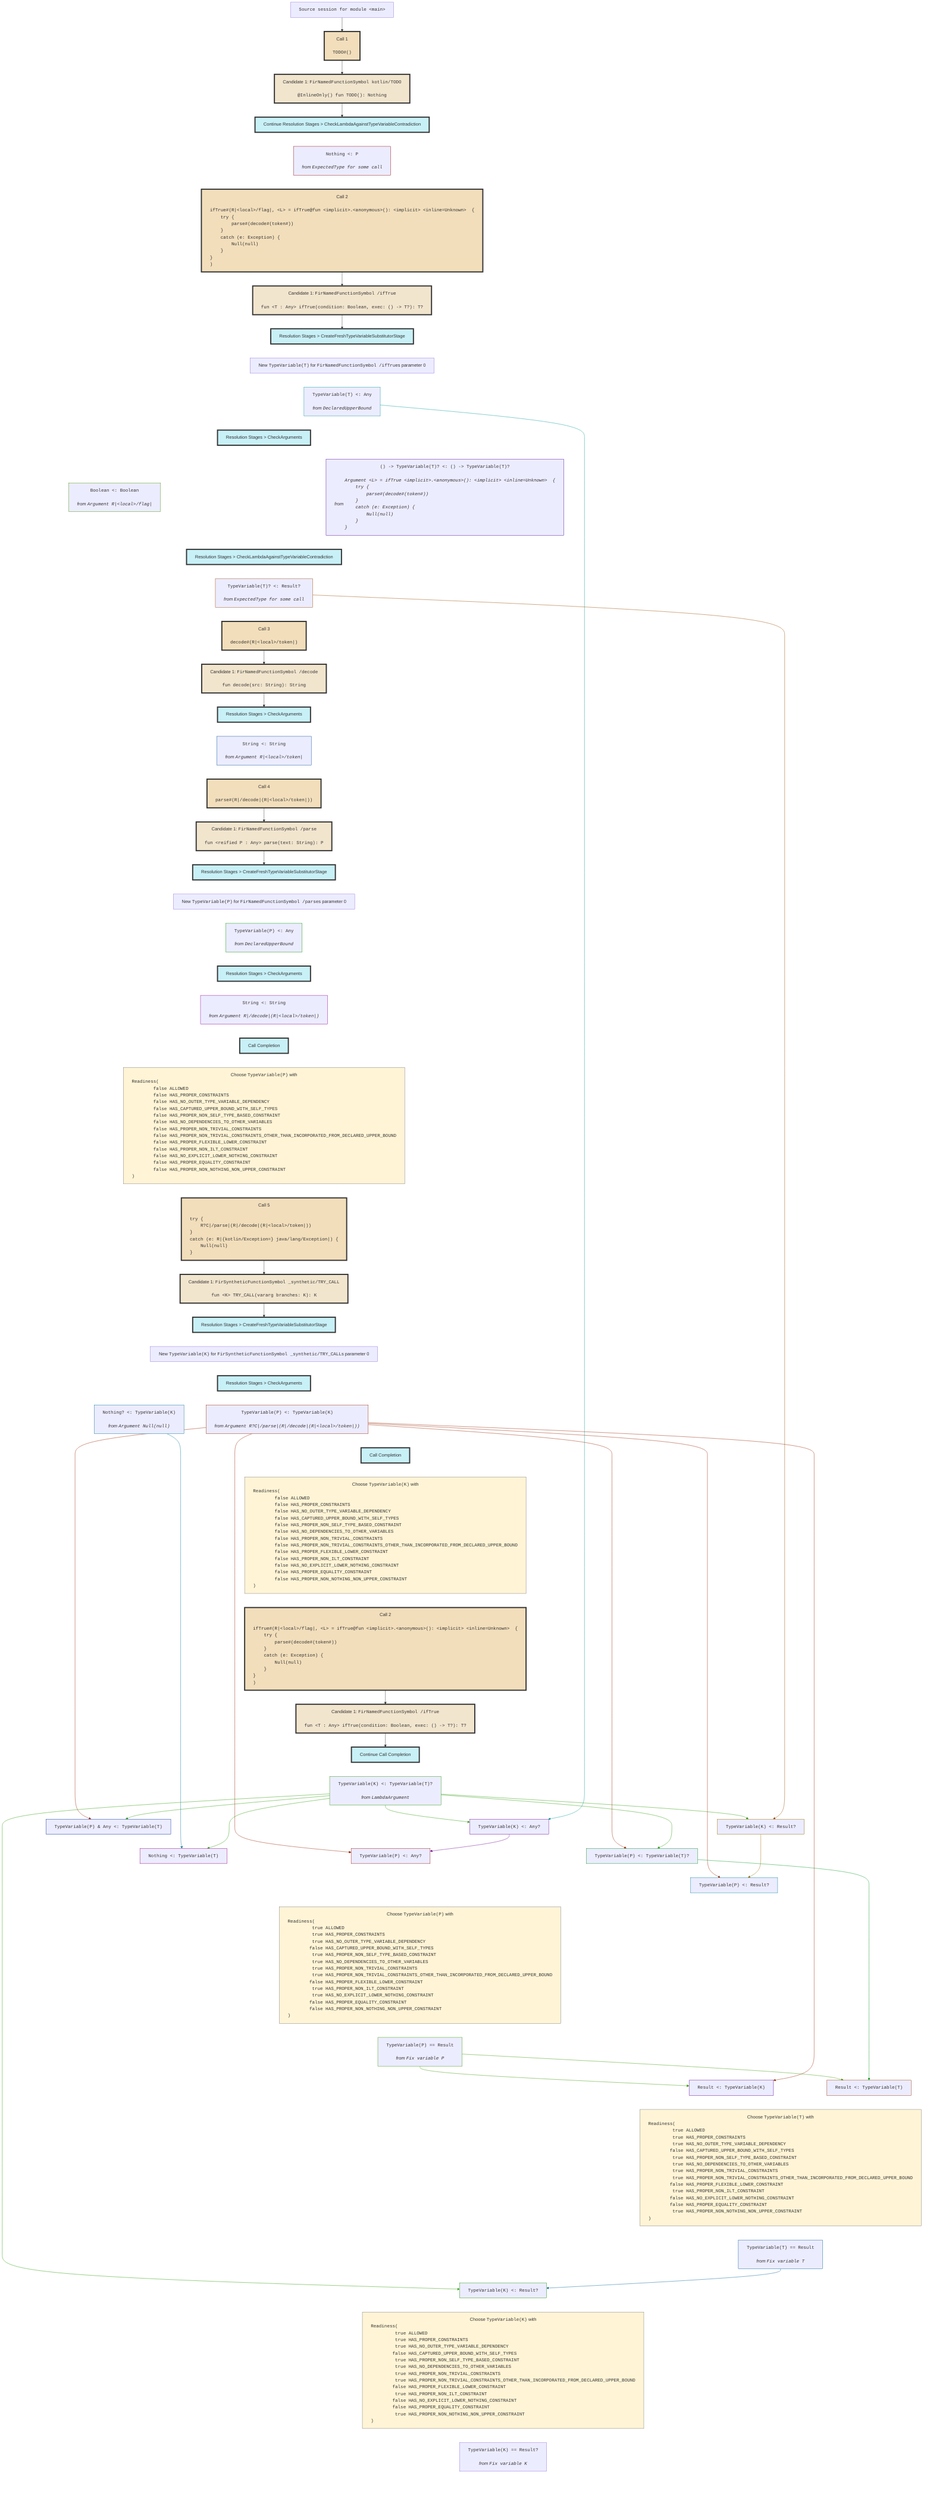
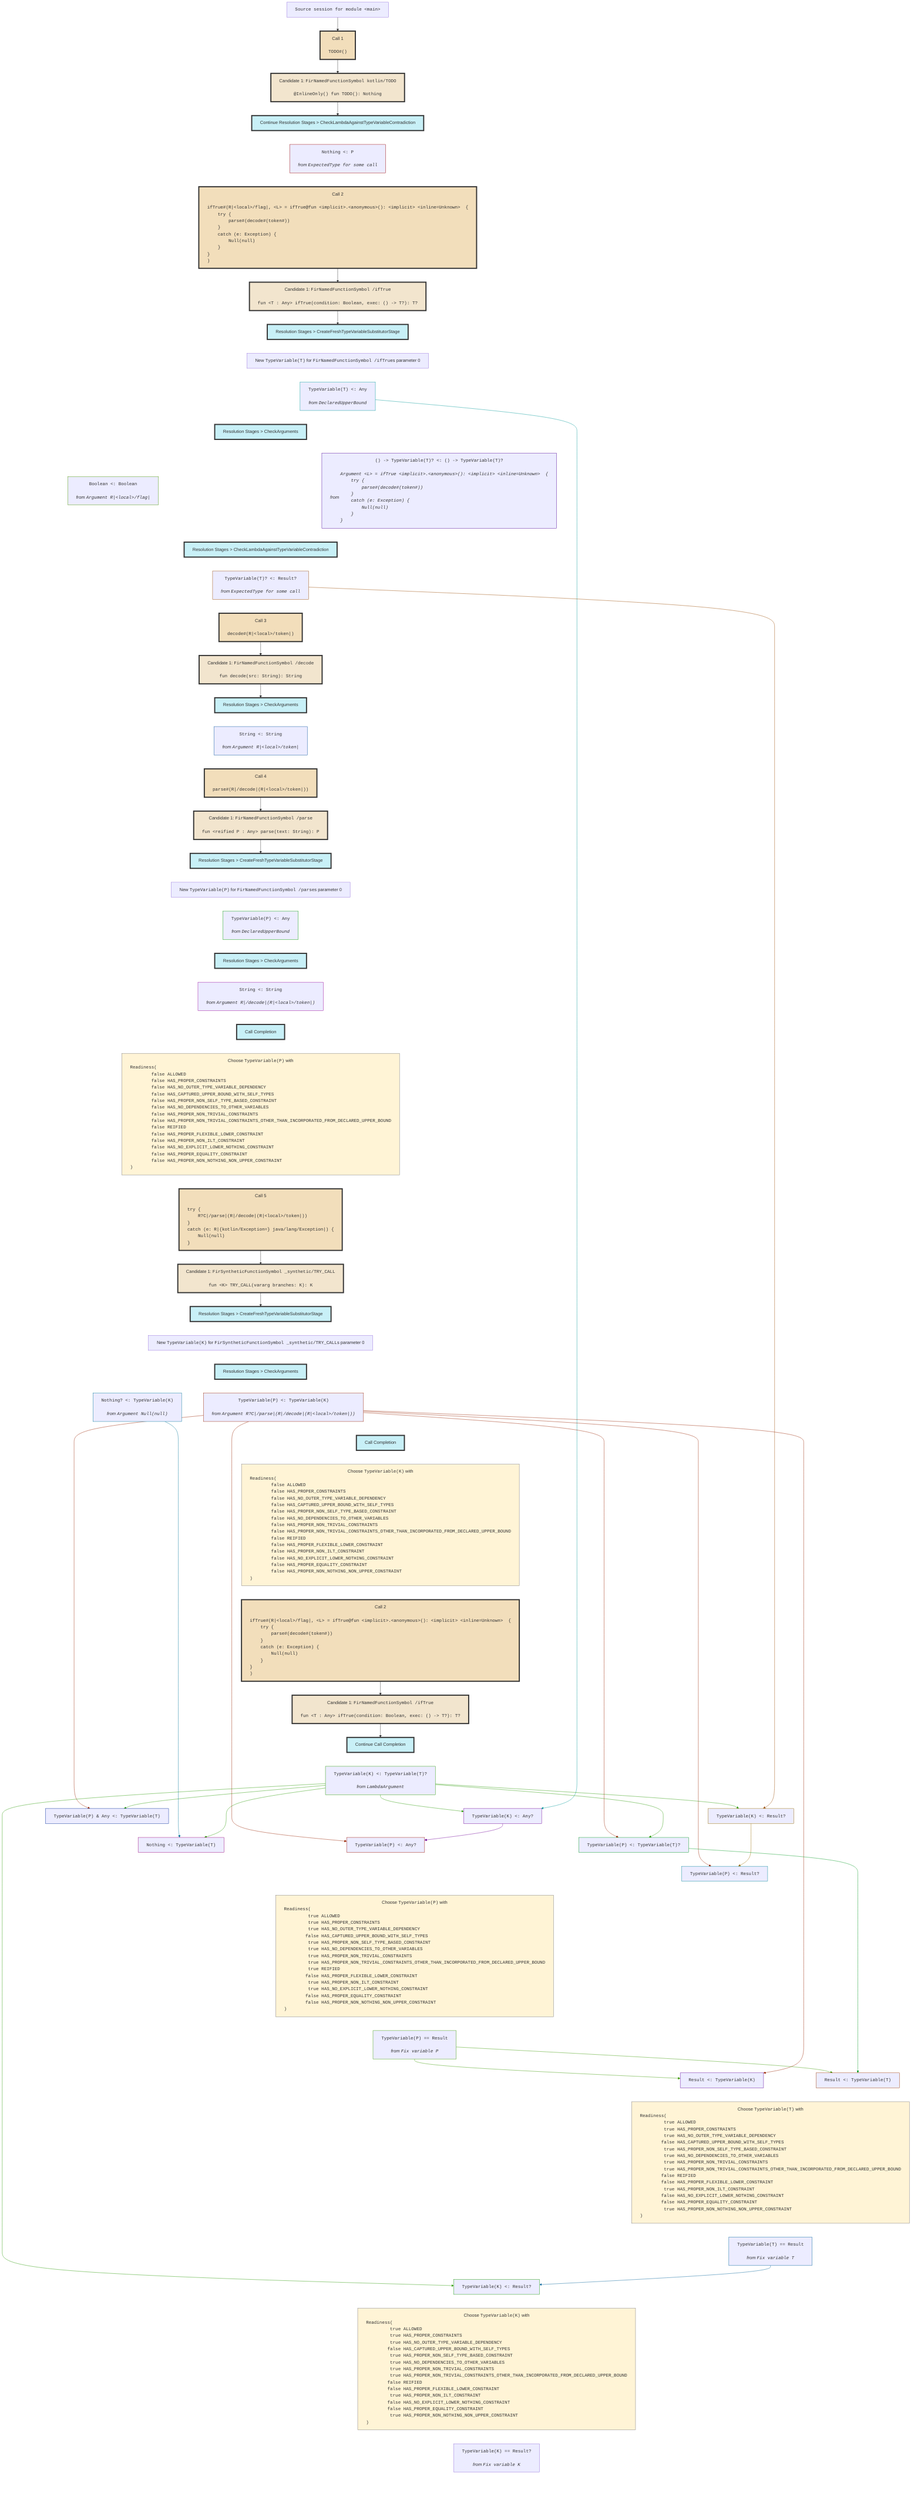
flowchart TD
    classDef nowrapClass text-align:center,white-space:nowrap;
    classDef callStyle fill:#f2debb,stroke:#333,stroke-width:4px;
    classDef candidateStyle fill:#f2e5ce,stroke:#333,stroke-width:4px;
    classDef stageStyle fill:#c8f0f7,stroke:#333,stroke-width:4px;
    classDef readinessStyle fill:#fff4d6,stroke:#777,stroke-width:1px;

    session0["<tt>Source session for module &lt;main></tt>"]
    class session0 nowrapClass;

    session0 --> call1

    call1["Call 1<br><br><pre style="display: inline-block;vertical-align: middle;text-align: left;margin: 0;"><tt>TODO#()</tt></pre>"]
    class call1 nowrapClass;
    class call1 callStyle;

    call1 --> candidate2

    candidate2["Candidate 1: <tt>FirNamedFunctionSymbol kotlin/TODO</tt><br><br><pre style="display: inline-block;vertical-align: middle;text-align: left;margin: 0;"><tt>@InlineOnly() fun TODO(): Nothing
</tt></pre>"]
    class candidate2 nowrapClass;
    class candidate2 candidateStyle;

    candidate2 --> stage3

    stage3["Continue Resolution Stages > CheckLambdaAgainstTypeVariableContradiction"]
    class stage3 nowrapClass;
    class stage3 stageStyle;
    constraint4["<tt>Nothing &lt;: P</tt><br><br><i><div style="display: inline-block;vertical-align: middle;">from</div> <pre style="display: inline-block;vertical-align: middle;text-align: left;margin: 0;"><tt>ExpectedType for some call</tt></pre></i>"]
    class constraint4 nowrapClass;
    stage3 ~~~ constraint4

    constraint4 ~~~ call5

    call5["Call 2<br><br><pre style="display: inline-block;vertical-align: middle;text-align: left;margin: 0;"><tt>ifTrue#(R|&lt;local>/flag|, &lt;L> = ifTrue@fun &lt;implicit>.&lt;anonymous>(): &lt;implicit> &lt;inline=Unknown>  {
    try {
        parse#(decode#(token#))
    }
    catch (e: Exception) {
        Null(null)
    }

}
)</tt></pre>"]
    class call5 nowrapClass;
    class call5 callStyle;

    call5 --> candidate6

    candidate6["Candidate 1: <tt>FirNamedFunctionSymbol /ifTrue</tt><br><br><pre style="display: inline-block;vertical-align: middle;text-align: left;margin: 0;"><tt>fun &lt;T : Any> ifTrue(condition: Boolean, exec: () -> T?): T?
</tt></pre>"]
    class candidate6 nowrapClass;
    class candidate6 candidateStyle;

    candidate6 --> stage7

    stage7["Resolution Stages > CreateFreshTypeVariableSubstitutorStage"]
    class stage7 nowrapClass;
    class stage7 stageStyle;

    stage7 ~~~ newVariable8

    newVariable8["New <tt>TypeVariable(T)</tt> for <tt>FirNamedFunctionSymbol /ifTrue</tt>s parameter 0"]
    class newVariable8 nowrapClass;
    constraint9["<tt>TypeVariable(T) &lt;: Any</tt><br><br><i><div style="display: inline-block;vertical-align: middle;">from</div> <pre style="display: inline-block;vertical-align: middle;text-align: left;margin: 0;"><tt>DeclaredUpperBound</tt></pre></i>"]
    class constraint9 nowrapClass;
    newVariable8 ~~~ constraint9

    constraint9 ~~~ stage10

    stage10["Resolution Stages > CheckArguments"]
    class stage10 nowrapClass;
    class stage10 stageStyle;
    constraint11["<tt>Boolean &lt;: Boolean</tt><br><br><i><div style="display: inline-block;vertical-align: middle;">from</div> <pre style="display: inline-block;vertical-align: middle;text-align: left;margin: 0;"><tt>Argument R|&lt;local>/flag|</tt></pre></i>"]
    class constraint11 nowrapClass;
    stage10 ~~~ constraint11
    constraint12["<tt>() -> TypeVariable(T)? &lt;: () -> TypeVariable(T)?</tt><br><br><i><div style="display: inline-block;vertical-align: middle;">from</div> <pre style="display: inline-block;vertical-align: middle;text-align: left;margin: 0;"><tt>Argument &lt;L> = ifTrue &lt;implicit>.&lt;anonymous>(): &lt;implicit> &lt;inline=Unknown>  {
    try {
        parse#(decode#(token#))
    }
    catch (e: Exception) {
        Null(null)
    }

}
</tt></pre></i>"]
    class constraint12 nowrapClass;
    stage10 ~~~ constraint12

    constraint11 ~~~ stage13
    constraint12 ~~~ stage13

    stage13["Resolution Stages > CheckLambdaAgainstTypeVariableContradiction"]
    class stage13 nowrapClass;
    class stage13 stageStyle;
    constraint14["<tt>TypeVariable(T)? &lt;: Result?</tt><br><br><i><div style="display: inline-block;vertical-align: middle;">from</div> <pre style="display: inline-block;vertical-align: middle;text-align: left;margin: 0;"><tt>ExpectedType for some call</tt></pre></i>"]
    class constraint14 nowrapClass;
    stage13 ~~~ constraint14

    constraint14 ~~~ call15

    call15["Call 3<br><br><pre style="display: inline-block;vertical-align: middle;text-align: left;margin: 0;"><tt>decode#(R|&lt;local>/token|)</tt></pre>"]
    class call15 nowrapClass;
    class call15 callStyle;

    call15 --> candidate16

    candidate16["Candidate 1: <tt>FirNamedFunctionSymbol /decode</tt><br><br><pre style="display: inline-block;vertical-align: middle;text-align: left;margin: 0;"><tt>fun decode(src: String): String
</tt></pre>"]
    class candidate16 nowrapClass;
    class candidate16 candidateStyle;

    candidate16 --> stage17

    stage17["Resolution Stages > CheckArguments"]
    class stage17 nowrapClass;
    class stage17 stageStyle;
    constraint18["<tt>String &lt;: String</tt><br><br><i><div style="display: inline-block;vertical-align: middle;">from</div> <pre style="display: inline-block;vertical-align: middle;text-align: left;margin: 0;"><tt>Argument R|&lt;local>/token|</tt></pre></i>"]
    class constraint18 nowrapClass;
    stage17 ~~~ constraint18

    constraint18 ~~~ call19

    call19["Call 4<br><br><pre style="display: inline-block;vertical-align: middle;text-align: left;margin: 0;"><tt>parse#(R|/decode|(R|&lt;local>/token|))</tt></pre>"]
    class call19 nowrapClass;
    class call19 callStyle;

    call19 --> candidate20

    candidate20["Candidate 1: <tt>FirNamedFunctionSymbol /parse</tt><br><br><pre style="display: inline-block;vertical-align: middle;text-align: left;margin: 0;"><tt>fun &lt;reified P : Any> parse(text: String): P
</tt></pre>"]
    class candidate20 nowrapClass;
    class candidate20 candidateStyle;

    candidate20 --> stage21

    stage21["Resolution Stages > CreateFreshTypeVariableSubstitutorStage"]
    class stage21 nowrapClass;
    class stage21 stageStyle;

    stage21 ~~~ newVariable22

    newVariable22["New <tt>TypeVariable(P)</tt> for <tt>FirNamedFunctionSymbol /parse</tt>s parameter 0"]
    class newVariable22 nowrapClass;
    constraint23["<tt>TypeVariable(P) &lt;: Any</tt><br><br><i><div style="display: inline-block;vertical-align: middle;">from</div> <pre style="display: inline-block;vertical-align: middle;text-align: left;margin: 0;"><tt>DeclaredUpperBound</tt></pre></i>"]
    class constraint23 nowrapClass;
    newVariable22 ~~~ constraint23

    constraint23 ~~~ stage24

    stage24["Resolution Stages > CheckArguments"]
    class stage24 nowrapClass;
    class stage24 stageStyle;
    constraint25["<tt>String &lt;: String</tt><br><br><i><div style="display: inline-block;vertical-align: middle;">from</div> <pre style="display: inline-block;vertical-align: middle;text-align: left;margin: 0;"><tt>Argument R|/decode|(R|&lt;local>/token|)</tt></pre></i>"]
    class constraint25 nowrapClass;
    stage24 ~~~ constraint25

    constraint25 ~~~ stage26

    stage26["Call Completion"]
    class stage26 nowrapClass;
    class stage26 stageStyle;

    stage26 ~~~ variableReadiness27

    variableReadiness27["Choose <tt>TypeVariable(P)</tt> with <pre style="display: inline-block;vertical-align: middle;text-align: left;margin: 0;"><tt>Readiness(
	false ALLOWED
	false HAS_PROPER_CONSTRAINTS
	false HAS_NO_OUTER_TYPE_VARIABLE_DEPENDENCY
	false HAS_CAPTURED_UPPER_BOUND_WITH_SELF_TYPES
	false HAS_PROPER_NON_SELF_TYPE_BASED_CONSTRAINT
	false HAS_NO_DEPENDENCIES_TO_OTHER_VARIABLES
	false HAS_PROPER_NON_TRIVIAL_CONSTRAINTS
	false HAS_PROPER_NON_TRIVIAL_CONSTRAINTS_OTHER_THAN_INCORPORATED_FROM_DECLARED_UPPER_BOUND
+ 	false REIFIED
	false HAS_PROPER_FLEXIBLE_LOWER_CONSTRAINT
	false HAS_PROPER_NON_ILT_CONSTRAINT
	false HAS_NO_EXPLICIT_LOWER_NOTHING_CONSTRAINT
	false HAS_PROPER_EQUALITY_CONSTRAINT
	false HAS_PROPER_NON_NOTHING_NON_UPPER_CONSTRAINT
)</tt></pre>"]
    class variableReadiness27 nowrapClass;
    class variableReadiness27 readinessStyle;

    variableReadiness27 ~~~ call28

    call28["Call 5<br><br><pre style="display: inline-block;vertical-align: middle;text-align: left;margin: 0;"><tt>try {
    R?C|/parse|(R|/decode|(R|&lt;local>/token|))
}
catch (e: R|{kotlin/Exception=} java/lang/Exception|) {
    Null(null)
}
</tt></pre>"]
    class call28 nowrapClass;
    class call28 callStyle;

    call28 --> candidate29

    candidate29["Candidate 1: <tt>FirSyntheticFunctionSymbol _synthetic/TRY_CALL</tt><br><br><pre style="display: inline-block;vertical-align: middle;text-align: left;margin: 0;"><tt>fun &lt;K> TRY_CALL(vararg branches: K): K
</tt></pre>"]
    class candidate29 nowrapClass;
    class candidate29 candidateStyle;

    candidate29 --> stage30

    stage30["Resolution Stages > CreateFreshTypeVariableSubstitutorStage"]
    class stage30 nowrapClass;
    class stage30 stageStyle;

    stage30 ~~~ newVariable31

    newVariable31["New <tt>TypeVariable(K)</tt> for <tt>FirSyntheticFunctionSymbol _synthetic/TRY_CALL</tt>s parameter 0"]
    class newVariable31 nowrapClass;

    newVariable31 ~~~ stage32

    stage32["Resolution Stages > CheckArguments"]
    class stage32 nowrapClass;
    class stage32 stageStyle;
    constraint33["<tt>TypeVariable(P) &lt;: TypeVariable(K)</tt><br><br><i><div style="display: inline-block;vertical-align: middle;">from</div> <pre style="display: inline-block;vertical-align: middle;text-align: left;margin: 0;"><tt>Argument R?C|/parse|(R|/decode|(R|&lt;local>/token|))</tt></pre></i>"]
    class constraint33 nowrapClass;
    stage32 ~~~ constraint33
    constraint34["<tt>Nothing? &lt;: TypeVariable(K)</tt><br><br><i><div style="display: inline-block;vertical-align: middle;">from</div> <pre style="display: inline-block;vertical-align: middle;text-align: left;margin: 0;"><tt>Argument Null(null)</tt></pre></i>"]
    class constraint34 nowrapClass;
    stage32 ~~~ constraint34

    constraint33 ~~~ stage35
    constraint34 ~~~ stage35

    stage35["Call Completion"]
    class stage35 nowrapClass;
    class stage35 stageStyle;

    stage35 ~~~ variableReadiness36

    variableReadiness36["Choose <tt>TypeVariable(K)</tt> with <pre style="display: inline-block;vertical-align: middle;text-align: left;margin: 0;"><tt>Readiness(
	false ALLOWED
	false HAS_PROPER_CONSTRAINTS
	false HAS_NO_OUTER_TYPE_VARIABLE_DEPENDENCY
	false HAS_CAPTURED_UPPER_BOUND_WITH_SELF_TYPES
	false HAS_PROPER_NON_SELF_TYPE_BASED_CONSTRAINT
	false HAS_NO_DEPENDENCIES_TO_OTHER_VARIABLES
	false HAS_PROPER_NON_TRIVIAL_CONSTRAINTS
	false HAS_PROPER_NON_TRIVIAL_CONSTRAINTS_OTHER_THAN_INCORPORATED_FROM_DECLARED_UPPER_BOUND
+ 	false REIFIED
	false HAS_PROPER_FLEXIBLE_LOWER_CONSTRAINT
	false HAS_PROPER_NON_ILT_CONSTRAINT
	false HAS_NO_EXPLICIT_LOWER_NOTHING_CONSTRAINT
	false HAS_PROPER_EQUALITY_CONSTRAINT
	false HAS_PROPER_NON_NOTHING_NON_UPPER_CONSTRAINT
)</tt></pre>"]
    class variableReadiness36 nowrapClass;
    class variableReadiness36 readinessStyle;

    variableReadiness36 ~~~ call37

    call37["Call 2<br><br><pre style="display: inline-block;vertical-align: middle;text-align: left;margin: 0;"><tt>ifTrue#(R|&lt;local>/flag|, &lt;L> = ifTrue@fun &lt;implicit>.&lt;anonymous>(): &lt;implicit> &lt;inline=Unknown>  {
    try {
        parse#(decode#(token#))
    }
    catch (e: Exception) {
        Null(null)
    }

}
)</tt></pre>"]
    class call37 nowrapClass;
    class call37 callStyle;

    call37 --> candidate38

    candidate38["Candidate 1: <tt>FirNamedFunctionSymbol /ifTrue</tt><br><br><pre style="display: inline-block;vertical-align: middle;text-align: left;margin: 0;"><tt>fun &lt;T : Any> ifTrue(condition: Boolean, exec: () -> T?): T?
</tt></pre>"]
    class candidate38 nowrapClass;
    class candidate38 candidateStyle;

    candidate38 --> stage39

    stage39["Continue Call Completion"]
    class stage39 nowrapClass;
    class stage39 stageStyle;
    constraint43["<tt>TypeVariable(K) &lt;: TypeVariable(T)?</tt><br><br><i><div style="display: inline-block;vertical-align: middle;">from</div> <pre style="display: inline-block;vertical-align: middle;text-align: left;margin: 0;"><tt>LambdaArgument</tt></pre></i>"]
    class constraint43 nowrapClass;
    stage39 ~~~ constraint43
    constraint44["<tt>TypeVariable(K) &lt;: Any?</tt>"]
    class constraint44 nowrapClass;
    constraint43 --> constraint44
    constraint9 --> constraint44
    constraint45["<tt>TypeVariable(K) &lt;: Result?</tt>"]
    class constraint45 nowrapClass;
    constraint43 --> constraint45
    constraint14 --> constraint45
    constraint46["<tt>TypeVariable(P) &amp; Any &lt;: TypeVariable(T)</tt>"]
    class constraint46 nowrapClass;
    constraint33 --> constraint46
    constraint43 --> constraint46
    constraint47["<tt>TypeVariable(P) &lt;: TypeVariable(T)?</tt>"]
    class constraint47 nowrapClass;
    constraint33 --> constraint47
    constraint43 ---> constraint47
    constraint48["<tt>Nothing &lt;: TypeVariable(T)</tt>"]
    class constraint48 nowrapClass;
    constraint34 --> constraint48
    constraint43 ---> constraint48
    constraint49["<tt>TypeVariable(P) &lt;: Any?</tt>"]
    class constraint49 nowrapClass;
    constraint33 --> constraint49
    constraint44 --> constraint49
    constraint50["<tt>TypeVariable(P) &lt;: Result?</tt>"]
    class constraint50 nowrapClass;
    constraint33 --> constraint50
    constraint45 ---> constraint50

    constraint46 ~~~~~ variableReadiness40
    constraint47 ~~~~ variableReadiness40
    constraint48 ~~~~ variableReadiness40
    constraint49 ~~~~ variableReadiness40
    constraint50 ~~~ variableReadiness40

    variableReadiness40["Choose <tt>TypeVariable(P)</tt> with <pre style="display: inline-block;vertical-align: middle;text-align: left;margin: 0;"><tt>Readiness(
	 true ALLOWED
	 true HAS_PROPER_CONSTRAINTS
	 true HAS_NO_OUTER_TYPE_VARIABLE_DEPENDENCY
	false HAS_CAPTURED_UPPER_BOUND_WITH_SELF_TYPES
	 true HAS_PROPER_NON_SELF_TYPE_BASED_CONSTRAINT
	 true HAS_NO_DEPENDENCIES_TO_OTHER_VARIABLES
	 true HAS_PROPER_NON_TRIVIAL_CONSTRAINTS
	 true HAS_PROPER_NON_TRIVIAL_CONSTRAINTS_OTHER_THAN_INCORPORATED_FROM_DECLARED_UPPER_BOUND
+ 	 true REIFIED
	false HAS_PROPER_FLEXIBLE_LOWER_CONSTRAINT
	 true HAS_PROPER_NON_ILT_CONSTRAINT
	 true HAS_NO_EXPLICIT_LOWER_NOTHING_CONSTRAINT
	false HAS_PROPER_EQUALITY_CONSTRAINT
	false HAS_PROPER_NON_NOTHING_NON_UPPER_CONSTRAINT
)</tt></pre>"]
    class variableReadiness40 nowrapClass;
    class variableReadiness40 readinessStyle;
    constraint51["<tt>TypeVariable(P) == Result</tt><br><br><i><div style="display: inline-block;vertical-align: middle;">from</div> <pre style="display: inline-block;vertical-align: middle;text-align: left;margin: 0;"><tt>Fix variable P</tt></pre></i>"]
    class constraint51 nowrapClass;
    variableReadiness40 ~~~ constraint51
    constraint52["<tt>Result &lt;: TypeVariable(K)</tt>"]
    class constraint52 nowrapClass;
    constraint51 --> constraint52
    constraint33 --> constraint52
    constraint53["<tt>Result &lt;: TypeVariable(T)</tt>"]
    class constraint53 nowrapClass;
    constraint51 --> constraint53
    constraint47 --> constraint53

    constraint52 ~~~ variableReadiness41
    constraint53 ~~~ variableReadiness41

    variableReadiness41["Choose <tt>TypeVariable(T)</tt> with <pre style="display: inline-block;vertical-align: middle;text-align: left;margin: 0;"><tt>Readiness(
	 true ALLOWED
	 true HAS_PROPER_CONSTRAINTS
	 true HAS_NO_OUTER_TYPE_VARIABLE_DEPENDENCY
	false HAS_CAPTURED_UPPER_BOUND_WITH_SELF_TYPES
	 true HAS_PROPER_NON_SELF_TYPE_BASED_CONSTRAINT
	 true HAS_NO_DEPENDENCIES_TO_OTHER_VARIABLES
	 true HAS_PROPER_NON_TRIVIAL_CONSTRAINTS
	 true HAS_PROPER_NON_TRIVIAL_CONSTRAINTS_OTHER_THAN_INCORPORATED_FROM_DECLARED_UPPER_BOUND
+ 	false REIFIED
	false HAS_PROPER_FLEXIBLE_LOWER_CONSTRAINT
	 true HAS_PROPER_NON_ILT_CONSTRAINT
	false HAS_NO_EXPLICIT_LOWER_NOTHING_CONSTRAINT
	false HAS_PROPER_EQUALITY_CONSTRAINT
	 true HAS_PROPER_NON_NOTHING_NON_UPPER_CONSTRAINT
)</tt></pre>"]
    class variableReadiness41 nowrapClass;
    class variableReadiness41 readinessStyle;
    constraint54["<tt>TypeVariable(T) == Result</tt><br><br><i><div style="display: inline-block;vertical-align: middle;">from</div> <pre style="display: inline-block;vertical-align: middle;text-align: left;margin: 0;"><tt>Fix variable T</tt></pre></i>"]
    class constraint54 nowrapClass;
    variableReadiness41 ~~~ constraint54
    constraint55["<tt>TypeVariable(K) &lt;: Result?</tt>"]
    class constraint55 nowrapClass;
    constraint43 --> constraint55
    constraint54 --> constraint55

    constraint55 ~~~ variableReadiness42

    variableReadiness42["Choose <tt>TypeVariable(K)</tt> with <pre style="display: inline-block;vertical-align: middle;text-align: left;margin: 0;"><tt>Readiness(
	 true ALLOWED
	 true HAS_PROPER_CONSTRAINTS
	 true HAS_NO_OUTER_TYPE_VARIABLE_DEPENDENCY
	false HAS_CAPTURED_UPPER_BOUND_WITH_SELF_TYPES
	 true HAS_PROPER_NON_SELF_TYPE_BASED_CONSTRAINT
	 true HAS_NO_DEPENDENCIES_TO_OTHER_VARIABLES
	 true HAS_PROPER_NON_TRIVIAL_CONSTRAINTS
	 true HAS_PROPER_NON_TRIVIAL_CONSTRAINTS_OTHER_THAN_INCORPORATED_FROM_DECLARED_UPPER_BOUND
+ 	false REIFIED
	false HAS_PROPER_FLEXIBLE_LOWER_CONSTRAINT
	 true HAS_PROPER_NON_ILT_CONSTRAINT
	false HAS_NO_EXPLICIT_LOWER_NOTHING_CONSTRAINT
	false HAS_PROPER_EQUALITY_CONSTRAINT
	 true HAS_PROPER_NON_NOTHING_NON_UPPER_CONSTRAINT
)</tt></pre>"]
    class variableReadiness42 nowrapClass;
    class variableReadiness42 readinessStyle;
    constraint56["<tt>TypeVariable(K) == Result?</tt><br><br><i><div style="display: inline-block;vertical-align: middle;">from</div> <pre style="display: inline-block;vertical-align: middle;text-align: left;margin: 0;"><tt>Fix variable K</tt></pre></i>"]
    class constraint56 nowrapClass;
    variableReadiness42 ~~~ constraint56

    linkStyle 4 stroke:#990000
    linkStyle 9 stroke:#009999
    linkStyle 12 stroke:#4c9900
    linkStyle 13 stroke:#4c0099
    linkStyle 15 stroke:#994900
    linkStyle 19 stroke:#004f99
    linkStyle 24 stroke:#039900
    linkStyle 26 stroke:#950099
    linkStyle 35 stroke:#992400
    linkStyle 36 stroke:#007499
    linkStyle 42 stroke:#279900
    linkStyle 43 stroke:#009999
    linkStyle 44 stroke:#279900
    linkStyle 45 stroke:#994900
    linkStyle 46 stroke:#992400
    linkStyle 47 stroke:#279900
    linkStyle 48 stroke:#992400
    linkStyle 49 stroke:#279900
    linkStyle 50 stroke:#007499
    linkStyle 51 stroke:#279900
    linkStyle 52 stroke:#992400
    linkStyle 53 stroke:#710099
    linkStyle 54 stroke:#992400
    linkStyle 55 stroke:#996d00
    linkStyle 56 stroke:#002b99
    linkStyle 57 stroke:#009921
    linkStyle 58 stroke:#990077
    linkStyle 59 stroke:#991200
    linkStyle 60 stroke:#008699
    linkStyle 62 stroke:#3a9900
    linkStyle 63 stroke:#992400
    linkStyle 64 stroke:#3a9900
    linkStyle 65 stroke:#009921
    linkStyle 66 stroke:#5e0099
    linkStyle 67 stroke:#993600
    linkStyle 69 stroke:#279900
    linkStyle 70 stroke:#006299
    linkStyle 71 stroke:#159900
    style constraint4 stroke:#990000;
    style constraint9 stroke:#009999;
    style constraint11 stroke:#4c9900;
    style constraint12 stroke:#4c0099;
    style constraint14 stroke:#994900;
    style constraint18 stroke:#004f99;
    style constraint23 stroke:#039900;
    style constraint25 stroke:#950099;
    style constraint33 stroke:#992400;
    style constraint34 stroke:#007499;
    style constraint43 stroke:#279900;
    style constraint44 stroke:#710099;
    style constraint45 stroke:#996d00;
    style constraint46 stroke:#002b99;
    style constraint47 stroke:#009921;
    style constraint48 stroke:#990077;
    style constraint49 stroke:#991200;
    style constraint50 stroke:#008699;
    style constraint51 stroke:#3a9900;
    style constraint52 stroke:#5e0099;
    style constraint53 stroke:#993600;
    style constraint54 stroke:#006299;
-     style constraint55 stroke:#159900;+     style constraint55 stroke:#159900;
